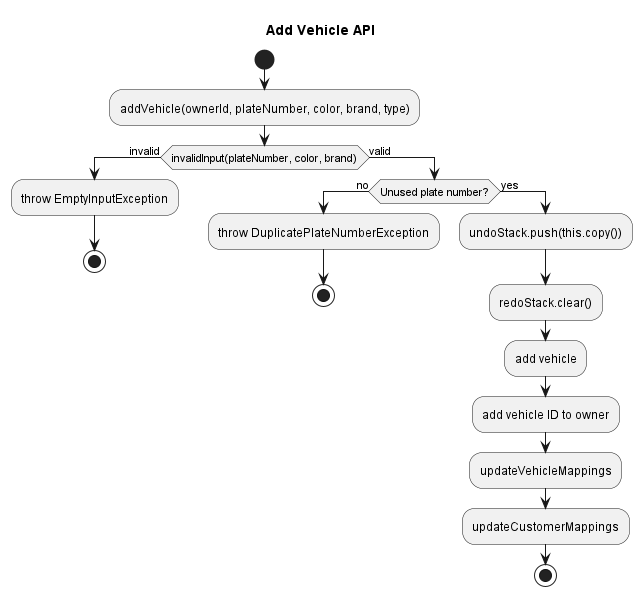
nus-cs2103-AY2223S2/tp keeps this PlantUML diagram as docs/images/AddVehicleInternalActivityDiag.png. Above is the earlier version. Source of this version:
```plantuml
@startuml
title Add Vehicle API
start
:addVehicle(ownerId, plateNumber, color, brand, type);
if (invalidInput(plateNumber, color, brand)) then (invalid)
   :throw EmptyInputException;
   stop
else (valid)
if (Unused plate number?) then (no)
    :throw DuplicatePlateNumberException;
    stop
else (yes)
    :undoStack.push(this.copy());
    :redoStack.clear();
    :add vehicle;
    :add vehicle ID to owner;
    :updateVehicleMappings;
    :updateCustomerMappings;
stop
@enduml
```
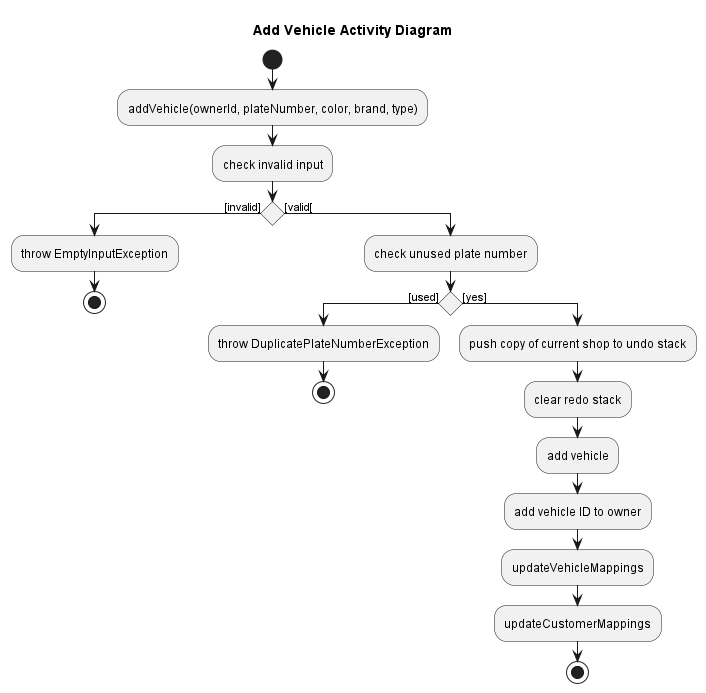
After the commit.

Commit message:
Remove customer and add vehicle activity diagrams

Change to the diagram source:
```diff
@@ -1,17 +1,20 @@
 @startuml
-title Add Vehicle API
+skinparam conditionStyle diamond
+title Add Vehicle Activity Diagram
 start
 :addVehicle(ownerId, plateNumber, color, brand, type);
-if (invalidInput(plateNumber, color, brand)) then (invalid)
+:check invalid input;
+if () then ([invalid])
    :throw EmptyInputException;
    stop
-else (valid)
-if (Unused plate number?) then (no)
+else ([valid[)
+:check unused plate number;
+if () then ([used])
     :throw DuplicatePlateNumberException;
     stop
-else (yes)
-    :undoStack.push(this.copy());
-    :redoStack.clear();
+else ([yes])
+    :push copy of current shop to undo stack;
+    :clear redo stack;
     :add vehicle;
     :add vehicle ID to owner;
     :updateVehicleMappings;
```
